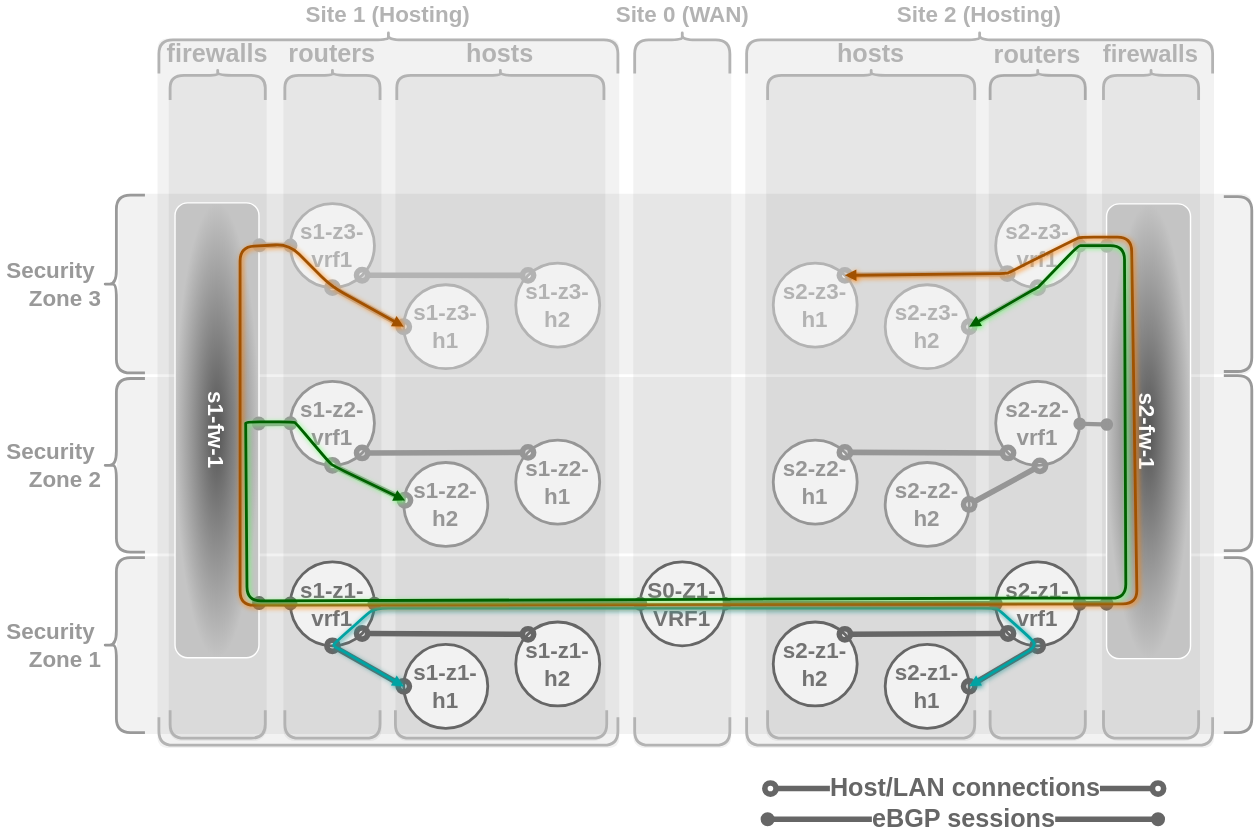
Before: pages/1/3(ecmp-symmetric)/casestudy-1-1b.drawio.svg, a diagram exported from draw.io (menckend/alpha). Source tidied: cells renumbered, new cells last; positions are measured from the earlier drawing's top-left corner, leaving out a move shared by most shapes.
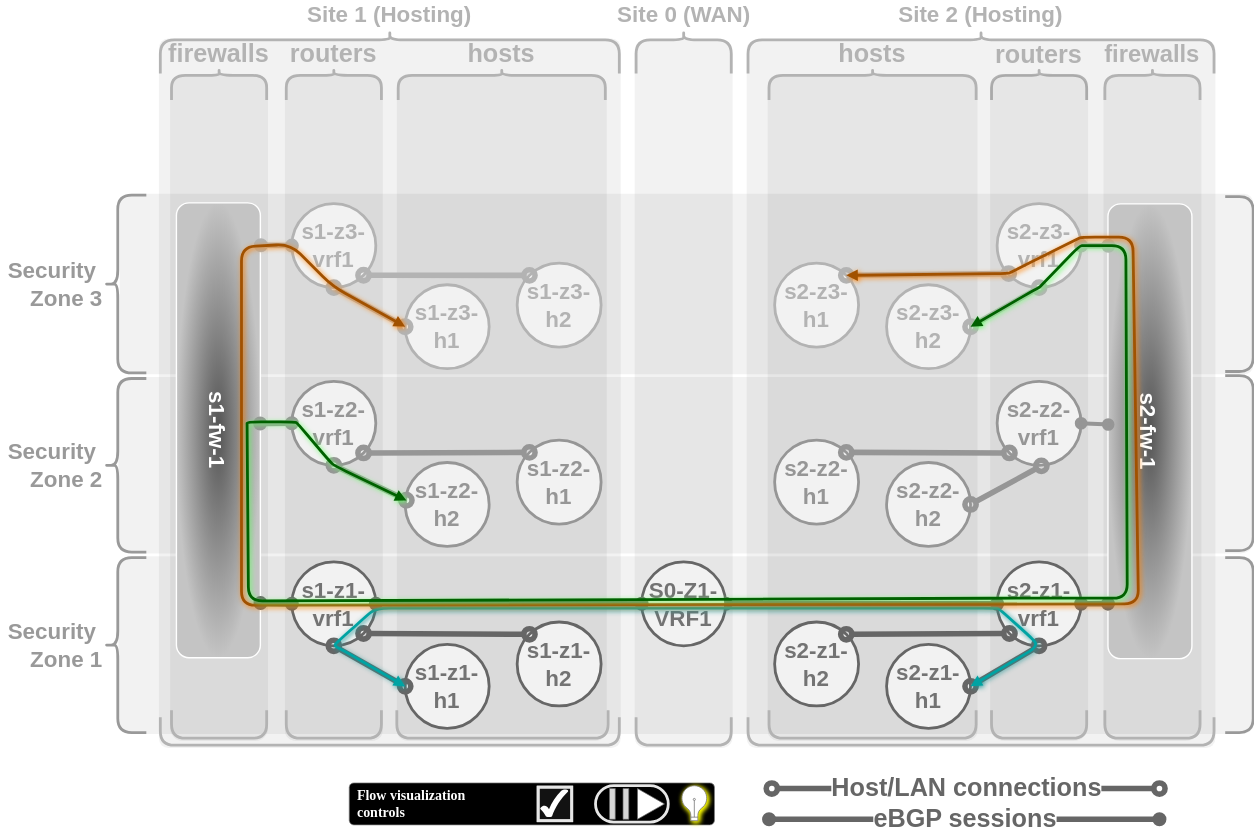
After the commit.

What changed in the source:
```diff
@@ -1,6 +1,39 @@
 <mxGraphModel>
   <root>
     <mxCell id="0" />
+    <mxCell id="84" value="Interactive Controls" parent="0" />
+    <mxCell id="85" value="Flow visualization&#10;controls" style="fillColor=#000000;strokeColor=#7D7D7D;rounded=1;arcSize=11;sketch=0;hachureGap=4;fontFamily=Lucida Console;fontSize=10;fontColor=#FFFFFF;spacingBottom=0;align=left;spacingLeft=6;strokeWidth=0.5;shadow=0;flowAnimation=0;fontStyle=1;shadowBlur=5;shadowColor=#FFFF00;shadowOpacity=100;shadowOffsetY=1;shadowOffsetX=1;spacing=0;" parent="84" vertex="1">
+      <mxGeometry x="256" y="537" width="261" height="30" as="geometry" />
+    </mxCell>
+    <mxCell id="86" style="rounded=1;whiteSpace=wrap;html=1;strokeWidth=2;arcSize=50;strokeColor=#E6E6E6;fillColor=none;" parent="85" vertex="1">
+      <mxGeometry x="176" y="2" width="52" height="26" as="geometry" />
+    </mxCell>
+    <mxCell id="87" style="whiteSpace=wrap;html=1;fontSize=20;fontFamily=Architects Daughter;fillColor=#121212;strokeColor=#E6E6E6;sketch=0;hachureGap=4;fontSource=https%3A%2F%2Ffonts.googleapis.com%2Fcss%3Ffamily%3DArchitects%2BDaughter;flowAnimation=0;strokeWidth=2;" parent="85" vertex="1">
+      <mxGeometry x="1" y="0.5" width="24" height="24" relative="1" as="geometry">
+        <mxPoint x="-126" y="-12" as="offset" />
+      </mxGeometry>
+    </mxCell>
+    <mxCell id="88" style="group;flowAnimation=0;strokeColor=none;" parent="85" vertex="1">
+      <mxGeometry x="135" y="3" width="24" height="24" as="geometry" />
+    </mxCell>
+    <mxCell id="89" style="whiteSpace=wrap;html=1;fontSize=20;fontFamily=Architects Daughter;fillColor=none;strokeColor=#E6E6E6;sketch=0;hachureGap=4;fontSource=https%3A%2F%2Ffonts.googleapis.com%2Fcss%3Ffamily%3DArchitects%2BDaughter;strokeWidth=2;" parent="88" vertex="1">
+      <mxGeometry width="24" height="24" as="geometry" />
+    </mxCell>
+    <mxCell id="90" style="verticalLabelPosition=bottom;verticalAlign=top;html=1;shape=mxgraph.basic.tick;fillColor=#FFFFFF;strokeColor=none;" parent="88" vertex="1">
+      <mxGeometry x="1.5" y="1.5" width="20" height="20" as="geometry" />
+    </mxCell>
+    <mxCell id="91" style="html=1;verticalLabelPosition=bottom;align=center;labelBackgroundColor=#ffffff;verticalAlign=top;strokeWidth=0.5;strokeColor=#666666;shadow=1;dashed=0;shape=mxgraph.ios7.icons.lightbulb;fillColor=#FFFFFF;shadowBlur=2;shadowColor=#FFFF00;shadowOpacity=100;shadowOffsetY=1;shadowOffsetX=1;flowAnimation=0;" parent="85" vertex="1">
+      <mxGeometry x="237" y="2" width="19.2" height="25" as="geometry" />
+    </mxCell>
+    <mxCell id="92" style="html=1;verticalLabelPosition=bottom;align=center;labelBackgroundColor=#ffffff;verticalAlign=top;strokeWidth=0.5;strokeColor=#666666;shadow=1;dashed=0;shape=mxgraph.ios7.icons.lightbulb;fillColor=#FFFFFF;shadowBlur=2;shadowColor=#FFFF00;shadowOpacity=100;shadowOffsetY=1;shadowOffsetX=1;flowAnimation=0;" parent="85" vertex="1">
+      <mxGeometry x="237" y="2" width="19.2" height="25" as="geometry" />
+    </mxCell>
+    <mxCell id="93" style="html=1;verticalLabelPosition=bottom;align=center;labelBackgroundColor=#ffffff;verticalAlign=top;strokeWidth=0.5;strokeColor=#666666;shadow=0;dashed=0;shape=mxgraph.ios7.icons.play;fillColor=#FFFFFF;flowAnimation=0;fontColor=#FFFFFF;lineColor=#D6D6D6;" parent="85" vertex="1">
+      <mxGeometry x="206" y="4" width="19.3" height="22" as="geometry" />
+    </mxCell>
+    <mxCell id="94" style="html=1;verticalLabelPosition=bottom;align=center;labelBackgroundColor=#ffffff;verticalAlign=top;strokeWidth=0.5;strokeColor=#666666;shadow=0;dashed=0;shape=mxgraph.ios7.icons.pause;fillColor=#D6D6D6;flowAnimation=0;" parent="85" vertex="1">
+      <mxGeometry x="186" y="4" width="13.8" height="22" as="geometry" />
+    </mxCell>
     <mxCell id="1" value="Diagram" parent="0" />
     <mxCell id="2" style="rounded=1;whiteSpace=wrap;html=1;strokeColor=none;fillColor=#000000;arcSize=5;opacity=5;" parent="1" vertex="1">
       <mxGeometry x="92" y="116" width="810" height="129" as="geometry" />
```
